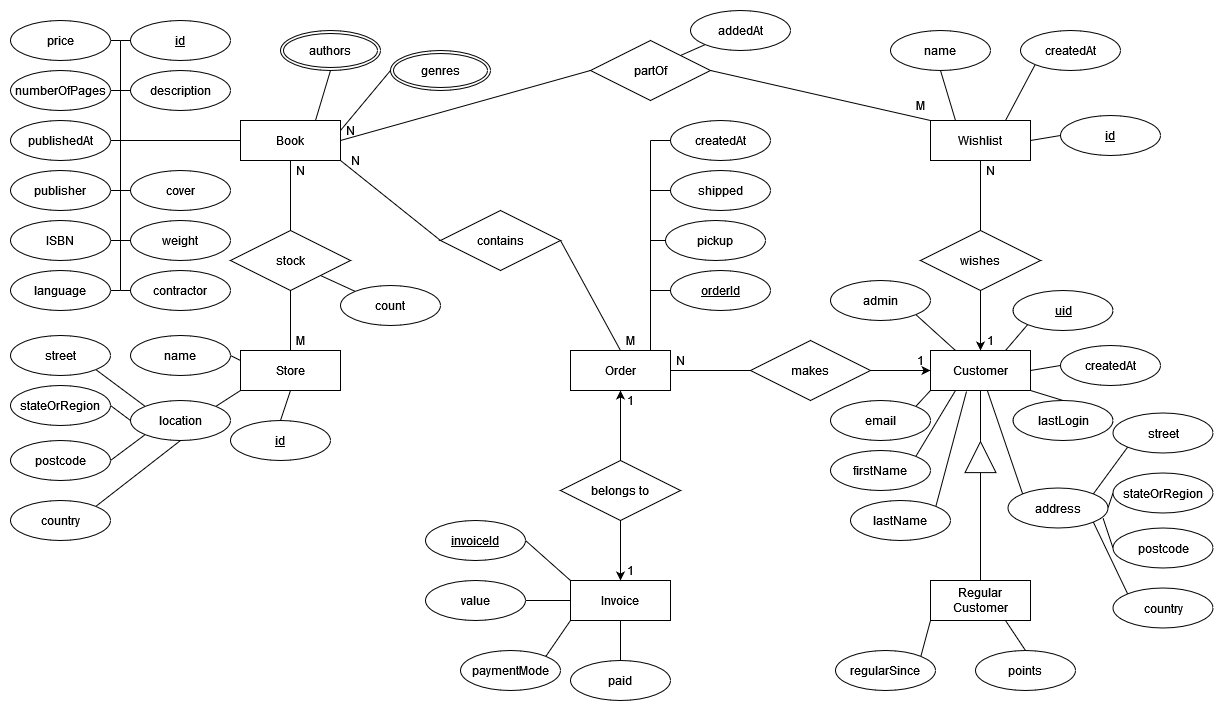
Earlier version of the draw.io export docs/entity-relationship/er.drawio.png (a-bakk/bookstore-oracle). Source tidied: cells renumbered, new cells last; positions are measured from the earlier drawing's top-left corner, leaving out a move shared by most shapes.
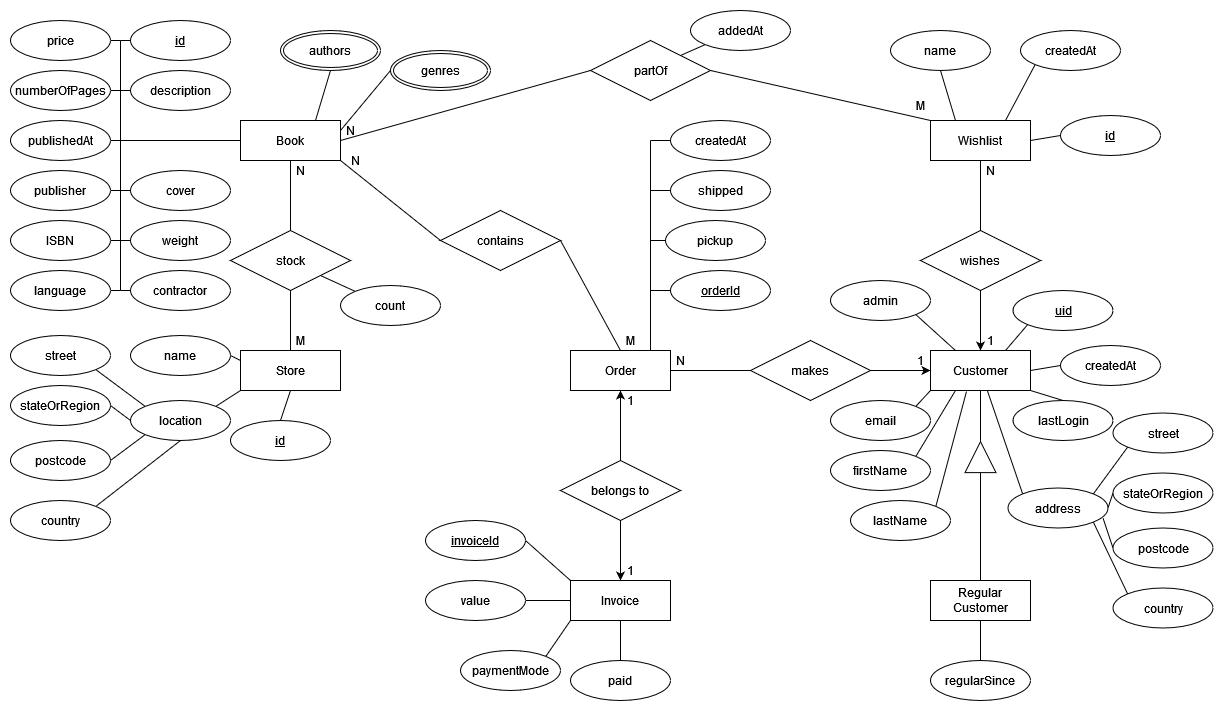
Above is the later version.

The edit, as a diff of the source:
```diff
@@ -411,18 +411,12 @@
     <mxCell id="119" value="lastLogin" style="ellipse;whiteSpace=wrap;html=1;align=center;" parent="1" vertex="1">
       <mxGeometry x="1002.5" y="390" width="100" height="40" as="geometry" />
     </mxCell>
-    <mxCell id="120" style="edgeStyle=none;rounded=0;jettySize=auto;html=1;exitX=1;exitY=0;exitDx=0;exitDy=0;entryX=0;entryY=1;entryDx=0;entryDy=0;strokeWidth=1;endArrow=none;endFill=0;endSize=6;" parent="1" edge="1" source="121" target="6">
+    <mxCell id="120" style="rounded=0;jettySize=auto;html=1;exitX=0.5;exitY=0;exitDx=0;exitDy=0;entryX=0.5;entryY=1;entryDx=0;entryDy=0;endArrow=none;endFill=0;" parent="1" edge="1" source="121" target="6">
       <mxGeometry relative="1" as="geometry" />
     </mxCell>
     <mxCell id="121" value="regularSince" style="ellipse;whiteSpace=wrap;html=1;align=center;" parent="1" vertex="1">
-      <mxGeometry x="825" y="640" width="100" height="40" as="geometry" />
+      <mxGeometry x="920" y="650" width="100" height="40" as="geometry" />
     </mxCell>
-    <mxCell id="122" style="edgeStyle=none;rounded=0;jettySize=auto;html=1;exitX=0.5;exitY=0;exitDx=0;exitDy=0;entryX=0.75;entryY=1;entryDx=0;entryDy=0;strokeWidth=1;endArrow=none;endFill=0;endSize=6;" parent="1" edge="1" source="123" target="6">
-      <mxGeometry relative="1" as="geometry" />
-    </mxCell>
-    <mxCell id="123" value="points" style="ellipse;whiteSpace=wrap;html=1;align=center;" parent="1" vertex="1">
-      <mxGeometry x="965" y="640" width="100" height="40" as="geometry" />
-    </mxCell>
     <mxCell id="124" style="edgeStyle=none;rounded=0;jettySize=auto;html=1;exitX=0;exitY=0.5;exitDx=0;exitDy=0;entryX=1;entryY=0.5;entryDx=0;entryDy=0;strokeWidth=1;endArrow=none;endFill=0;endSize=6;" parent="1" edge="1" source="125" target="12">
       <mxGeometry relative="1" as="geometry" />
     </mxCell>
```
